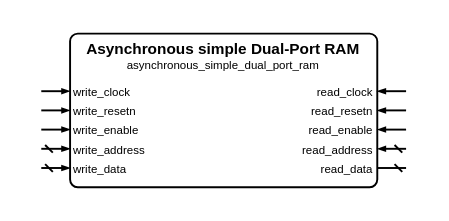
The draw.io diagram sources/memory/asynchronous_simple_dual_port_ram/asynchronous_simple_dual_port_ram.symbol.drawio in Louis-DR/OmniCores-BuildingBlocks, before the edit. Source tidied: cells renumbered, new cells numbered last; positions are measured from the earlier drawing's top-left corner, leaving out a move shared by most shapes. Both pictures are drawn from the tidied source at 192%, with x=0, y=0 at pixel (40, 33).
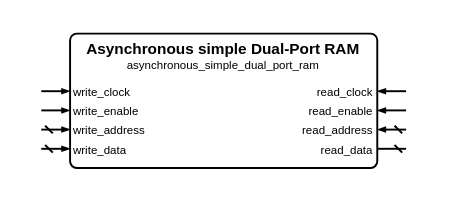
The same diagram, later.

Change to the diagram source:
```diff
@@
     <mxCell id="2" style="group;" parent="1" vertex="1">
-      <mxGeometry width="190" height="80" as="geometry" />
+      <mxGeometry width="190" height="70" as="geometry" />
     </mxCell>
     <mxCell id="3" style="rounded=1;arcSize=5;fillColor=none;strokeWidth=1;strokeColor=black;whiteSpace=wrap;html=1;" parent="2" vertex="1">
-      <mxGeometry x="15" width="160" height="80" as="geometry" />
+      <mxGeometry x="15" width="160" height="70" as="geometry" />
     </mxCell>
@@
-    <mxCell id="10" value="write_resetn" style="text;html=1;align=left;verticalAlign=middle;whiteSpace=wrap;rounded=0;fontSize=6;fontStyle=0;fontColor=black;" parent="2" vertex="1">
-      <mxGeometry x="15" y="40" width="160" as="geometry" />
-    </mxCell>
-    <mxCell id="11" style="html=1;rounded=1;strokeWidth=1;strokeColor=black;startFill=0;startSize=2;startArrow=none;endFill=1;endSize=2;endArrow=blockThin;sourcePerimeterSpacing=0;" parent="2" edge="1">
-      <mxGeometry relative="1" as="geometry">
-        <mxPoint y="40" as="sourcePoint" />
-        <mxPoint x="15" y="40" as="targetPoint" />
-      </mxGeometry>
-    </mxCell>
-    <mxCell id="12" value="read_resetn" style="text;html=1;align=right;verticalAlign=middle;whiteSpace=wrap;rounded=0;fontSize=6;fontStyle=0;fontColor=black;" parent="2" vertex="1">
-      <mxGeometry x="15" y="40" width="160" as="geometry" />
-    </mxCell>
-    <mxCell id="13" style="html=1;rounded=1;strokeWidth=1;strokeColor=black;startFill=0;startSize=2;startArrow=none;endFill=1;endSize=2;endArrow=blockThin;sourcePerimeterSpacing=0;" parent="2" edge="1">
-      <mxGeometry relative="1" as="geometry">
-        <mxPoint x="190" y="40" as="sourcePoint" />
-        <mxPoint x="175" y="40" as="targetPoint" />
-      </mxGeometry>
-    </mxCell>
     <mxCell id="14" value="write_enable" style="text;html=1;align=left;verticalAlign=middle;whiteSpace=wrap;rounded=0;fontSize=6;fontStyle=0;fontColor=black;" parent="2" vertex="1">
-      <mxGeometry x="15" y="50" width="160" as="geometry" />
+      <mxGeometry x="15" y="40" width="160" as="geometry" />
     </mxCell>
     <mxCell id="15" style="html=1;rounded=1;strokeWidth=1;strokeColor=black;startFill=0;startSize=2;startArrow=none;endFill=1;endSize=2;endArrow=blockThin;sourcePerimeterSpacing=0;" parent="2" edge="1">
       <mxGeometry relative="1" as="geometry">
-        <mxPoint y="50" as="sourcePoint" />
-        <mxPoint x="15" y="50" as="targetPoint" />
+        <mxPoint y="40" as="sourcePoint" />
+        <mxPoint x="15" y="40" as="targetPoint" />
       </mxGeometry>
     </mxCell>
     <mxCell id="16" value="read_enable" style="text;html=1;align=right;verticalAlign=middle;whiteSpace=wrap;rounded=0;fontSize=6;fontStyle=0;fontColor=black;" parent="2" vertex="1">
-      <mxGeometry x="15" y="50" width="160" as="geometry" />
+      <mxGeometry x="15" y="40" width="160" as="geometry" />
     </mxCell>
     <mxCell id="17" style="html=1;rounded=1;strokeWidth=1;strokeColor=black;startFill=0;startSize=2;startArrow=none;endFill=1;endSize=2;endArrow=blockThin;sourcePerimeterSpacing=0;" parent="2" edge="1">
       <mxGeometry relative="1" as="geometry">
-        <mxPoint x="190" y="50" as="sourcePoint" />
-        <mxPoint x="175" y="50" as="targetPoint" />
+        <mxPoint x="190" y="40" as="sourcePoint" />
+        <mxPoint x="175" y="40" as="targetPoint" />
       </mxGeometry>
     </mxCell>
     <mxCell id="18" value="write_address" style="text;html=1;align=left;verticalAlign=middle;whiteSpace=wrap;rounded=0;fontSize=6;fontStyle=0;fontColor=black;" parent="2" vertex="1">
-      <mxGeometry x="15" y="60" width="160" as="geometry" />
+      <mxGeometry x="15" y="50" width="160" as="geometry" />
     </mxCell>
     <mxCell id="19" style="html=1;rounded=1;strokeWidth=1;strokeColor=black;startFill=0;startSize=2;startArrow=dash;endFill=1;endSize=2;endArrow=blockThin;sourcePerimeterSpacing=0;" parent="2" edge="1">
       <mxGeometry relative="1" as="geometry">
-        <mxPoint y="60" as="sourcePoint" />
-        <mxPoint x="15" y="60" as="targetPoint" />
+        <mxPoint y="50" as="sourcePoint" />
+        <mxPoint x="15" y="50" as="targetPoint" />
       </mxGeometry>
     </mxCell>
     <mxCell id="20" value="read_address" style="text;html=1;align=right;verticalAlign=middle;whiteSpace=wrap;rounded=0;fontSize=6;fontStyle=0;fontColor=black;" parent="2" vertex="1">
-      <mxGeometry x="15" y="60" width="160" as="geometry" />
+      <mxGeometry x="15" y="50" width="160" as="geometry" />
     </mxCell>
     <mxCell id="21" style="html=1;rounded=1;strokeWidth=1;strokeColor=black;startFill=0;startSize=2;startArrow=dash;endFill=1;endSize=2;endArrow=blockThin;sourcePerimeterSpacing=0;" parent="2" edge="1">
       <mxGeometry relative="1" as="geometry">
-        <mxPoint x="190" y="60" as="sourcePoint" />
-        <mxPoint x="175" y="60" as="targetPoint" />
+        <mxPoint x="190" y="50" as="sourcePoint" />
+        <mxPoint x="175" y="50" as="targetPoint" />
       </mxGeometry>
     </mxCell>
     <mxCell id="22" value="write_data" style="text;html=1;align=left;verticalAlign=middle;whiteSpace=wrap;rounded=0;fontSize=6;fontStyle=0;fontColor=black;" parent="2" vertex="1">
-      <mxGeometry x="15" y="70" width="160" as="geometry" />
+      <mxGeometry x="15" y="60" width="160" as="geometry" />
     </mxCell>
     <mxCell id="23" style="html=1;rounded=1;strokeWidth=1;strokeColor=black;startFill=0;startSize=2;startArrow=dash;endFill=1;endSize=2;endArrow=blockThin;sourcePerimeterSpacing=0;" parent="2" edge="1">
       <mxGeometry relative="1" as="geometry">
-        <mxPoint y="70" as="sourcePoint" />
-        <mxPoint x="15" y="70" as="targetPoint" />
+        <mxPoint y="60" as="sourcePoint" />
+        <mxPoint x="15" y="60" as="targetPoint" />
       </mxGeometry>
     </mxCell>
     <mxCell id="24" value="read_data" style="text;html=1;align=right;verticalAlign=middle;whiteSpace=wrap;rounded=0;fontSize=6;fontStyle=0;fontColor=black;" parent="2" vertex="1">
-      <mxGeometry x="15" y="70" width="160" as="geometry" />
+      <mxGeometry x="15" y="60" width="160" as="geometry" />
     </mxCell>
     <mxCell id="25" style="html=1;rounded=1;strokeWidth=1;strokeColor=black;startFill=0;startSize=2;startArrow=dash;endFill=1;endSize=2;endArrow=none;sourcePerimeterSpacing=0;" parent="2" edge="1">
       <mxGeometry relative="1" as="geometry">
-        <mxPoint x="190" y="70" as="sourcePoint" />
-        <mxPoint x="175" y="70" as="targetPoint" />
+        <mxPoint x="190" y="60" as="sourcePoint" />
+        <mxPoint x="175" y="60" as="targetPoint" />
       </mxGeometry>
     </mxCell>
```
